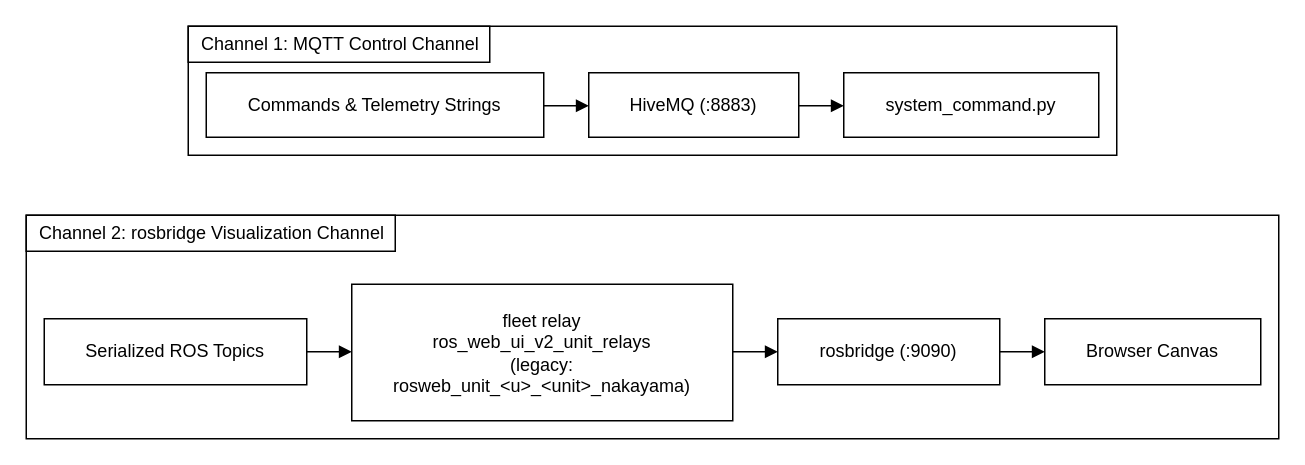
Earlier version of the draw.io diagram docs/development/diagrams/architecture-two-diagnostic-channels.drawio (itbdelaboprogramming/msd700_documentation). Source tidied: cells renumbered, new cells numbered last; positions are measured from the earlier drawing's top-left corner, leaving out a move shared by most shapes. Both pictures are drawn from the tidied source at 150%, with x=0, y=0 at pixel (26, 26).
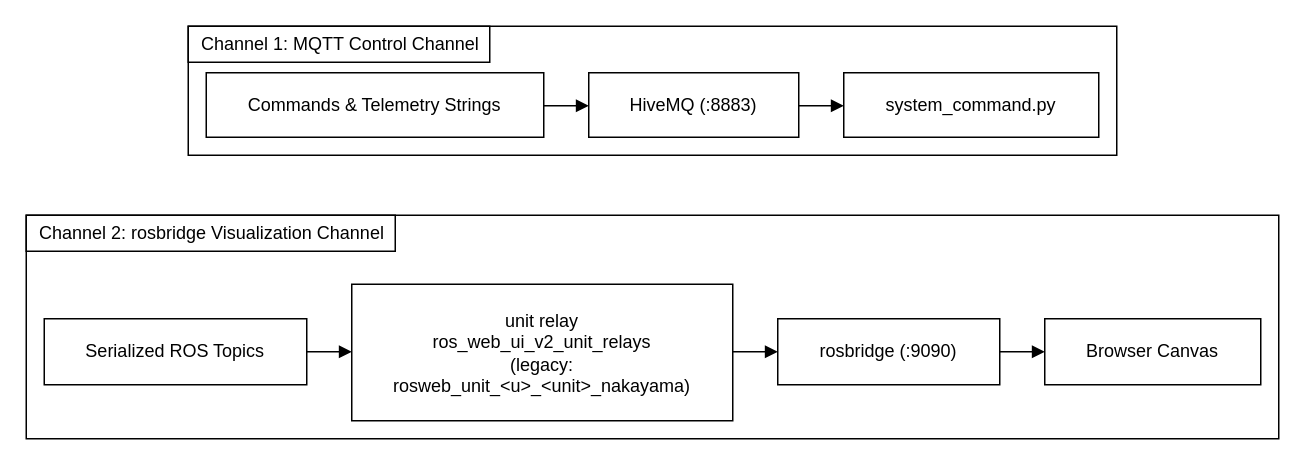
The same diagram, later.

What changed in the source:
```diff
@@
 <mxGraphModel>
   <root>
     <mxCell id="0" />
     <mxCell id="1" parent="0" />
     <mxCell id="2" style="rounded=0;html=1;whiteSpace=wrap;fillColor=#ffffff;strokeColor=#000000;" parent="1" vertex="1">
       <mxGeometry y="126" width="835" height="149" as="geometry" />
     </mxCell>
     <mxCell id="3" style="rounded=0;html=1;whiteSpace=wrap;fillColor=#ffffff;strokeColor=#000000;" parent="1" vertex="1">
       <mxGeometry x="108" width="619" height="86" as="geometry" />
     </mxCell>
     <mxCell id="4" value="Commands &amp;amp; Telemetry Strings" style="html=1;whiteSpace=wrap;fillColor=#ffffff;strokeColor=#000000;rounded=0;fontFamily=Helvetica;fontSize=12;fontColor=#000000;" parent="3" vertex="1">
       <mxGeometry x="12" y="31" width="225" height="43" as="geometry" />
     </mxCell>
     <mxCell id="5" value="HiveMQ (:8883)" style="html=1;whiteSpace=wrap;fillColor=#ffffff;strokeColor=#000000;rounded=0;fontFamily=Helvetica;fontSize=12;fontColor=#000000;" parent="3" vertex="1">
       <mxGeometry x="267" y="31" width="140" height="43" as="geometry" />
     </mxCell>
     <mxCell id="6" value="system_command.py" style="html=1;whiteSpace=wrap;fillColor=#ffffff;strokeColor=#000000;rounded=0;fontFamily=Helvetica;fontSize=12;fontColor=#000000;" parent="3" vertex="1">
       <mxGeometry x="437" y="31" width="170" height="43" as="geometry" />
     </mxCell>
     <mxCell id="7" value="Serialized ROS Topics" style="html=1;whiteSpace=wrap;fillColor=#ffffff;strokeColor=#000000;rounded=0;fontFamily=Helvetica;fontSize=12;fontColor=#000000;" parent="2" vertex="1">
       <mxGeometry x="12" y="69" width="175" height="44" as="geometry" />
     </mxCell>
-    <mxCell id="8" value="fleet relay&lt;br&gt;ros_web_ui_v2_unit_relays&lt;br&gt;(legacy:&lt;br&gt;rosweb_unit_&amp;lt;u&amp;gt;_&amp;lt;unit&amp;gt;_nakayama)" style="html=1;whiteSpace=wrap;fillColor=#ffffff;strokeColor=#000000;rounded=0;fontFamily=Helvetica;fontSize=12;fontColor=#000000;" parent="2" vertex="1">
+    <mxCell id="8" value="unit relay&lt;br&gt;ros_web_ui_v2_unit_relays&lt;br&gt;(legacy:&lt;br&gt;rosweb_unit_&amp;lt;u&amp;gt;_&amp;lt;unit&amp;gt;_nakayama)" style="html=1;whiteSpace=wrap;fillColor=#ffffff;strokeColor=#000000;rounded=0;fontFamily=Helvetica;fontSize=12;fontColor=#000000;" parent="2" vertex="1">
       <mxGeometry x="217" y="46" width="254" height="91" as="geometry" />
     </mxCell>
     <mxCell id="9" value="rosbridge (:9090)" style="html=1;whiteSpace=wrap;fillColor=#ffffff;strokeColor=#000000;rounded=0;fontFamily=Helvetica;fontSize=12;fontColor=#000000;" parent="2" vertex="1">
       <mxGeometry x="501" y="69" width="148" height="44" as="geometry" />
     </mxCell>
     <mxCell id="10" value="Browser Canvas" style="html=1;whiteSpace=wrap;fillColor=#ffffff;strokeColor=#000000;rounded=0;fontFamily=Helvetica;fontSize=12;fontColor=#000000;" parent="2" vertex="1">
       <mxGeometry x="679" y="69" width="144" height="44" as="geometry" />
     </mxCell>
     <mxCell id="11" style="edgeStyle=orthogonalEdgeStyle;rounded=1;arcSize=10;html=1;fontFamily=Helvetica;fontSize=11;labelBackgroundColor=#ffffff;strokeColor=#000000;startArrow=none;endArrow=block;endFill=1;endSize=6;exitX=1;exitY=0.5116;exitDx=0;exitDy=0;exitPerimeter=0;entryX=0;entryY=0.5116;entryDx=0;entryDy=0;entryPerimeter=0;" parent="3" edge="1" source="4" target="5">
       <mxGeometry relative="1" as="geometry" />
     </mxCell>
     <mxCell id="12" style="edgeStyle=orthogonalEdgeStyle;rounded=1;arcSize=10;html=1;fontFamily=Helvetica;fontSize=11;labelBackgroundColor=#ffffff;strokeColor=#000000;startArrow=none;endArrow=block;endFill=1;endSize=6;exitX=1;exitY=0.5116;exitDx=0;exitDy=0;exitPerimeter=0;entryX=0;entryY=0.5116;entryDx=0;entryDy=0;entryPerimeter=0;" parent="3" edge="1" source="5" target="6">
       <mxGeometry relative="1" as="geometry" />
     </mxCell>
     <mxCell id="13" style="edgeStyle=orthogonalEdgeStyle;rounded=1;arcSize=10;html=1;fontFamily=Helvetica;fontSize=11;labelBackgroundColor=#ffffff;strokeColor=#000000;startArrow=none;endArrow=block;endFill=1;endSize=6;exitX=1;exitY=0.5;exitDx=0;exitDy=0;exitPerimeter=0;entryX=0;entryY=0.4945;entryDx=0;entryDy=0;entryPerimeter=0;" parent="2" edge="1" source="7" target="8">
       <mxGeometry relative="1" as="geometry" />
     </mxCell>
     <mxCell id="14" style="edgeStyle=orthogonalEdgeStyle;rounded=1;arcSize=10;html=1;fontFamily=Helvetica;fontSize=11;labelBackgroundColor=#ffffff;strokeColor=#000000;startArrow=none;endArrow=block;endFill=1;endSize=6;exitX=1;exitY=0.4945;exitDx=0;exitDy=0;exitPerimeter=0;entryX=0;entryY=0.5;entryDx=0;entryDy=0;entryPerimeter=0;" parent="2" edge="1" source="8" target="9">
       <mxGeometry relative="1" as="geometry" />
     </mxCell>
     <mxCell id="15" style="edgeStyle=orthogonalEdgeStyle;rounded=1;arcSize=10;html=1;fontFamily=Helvetica;fontSize=11;labelBackgroundColor=#ffffff;strokeColor=#000000;startArrow=none;endArrow=block;endFill=1;endSize=6;exitX=1;exitY=0.5;exitDx=0;exitDy=0;exitPerimeter=0;entryX=0;entryY=0.5;entryDx=0;entryDy=0;entryPerimeter=0;" parent="2" edge="1" source="9" target="10">
       <mxGeometry relative="1" as="geometry" />
     </mxCell>
     <mxCell id="16" value="Channel 2: rosbridge Visualization Channel" style="rounded=0;html=1;whiteSpace=wrap;fillColor=#ffffff;strokeColor=#000000;align=left;verticalAlign=middle;spacingLeft=7;spacingRight=1;spacingTop=0;spacingBottom=0;fontFamily=Helvetica;fontSize=12;fontColor=#000000;" parent="2" vertex="1">
       <mxGeometry width="246" height="24" as="geometry" />
     </mxCell>
     <mxCell id="17" value="Channel 1: MQTT Control Channel" style="rounded=0;html=1;whiteSpace=wrap;fillColor=#ffffff;strokeColor=#000000;align=left;verticalAlign=middle;spacingLeft=7;spacingRight=1;spacingTop=0;spacingBottom=0;fontFamily=Helvetica;fontSize=12;fontColor=#000000;" parent="3" vertex="1">
       <mxGeometry width="201" height="24" as="geometry" />
     </mxCell>
   </root>
 </mxGraphModel>
```
